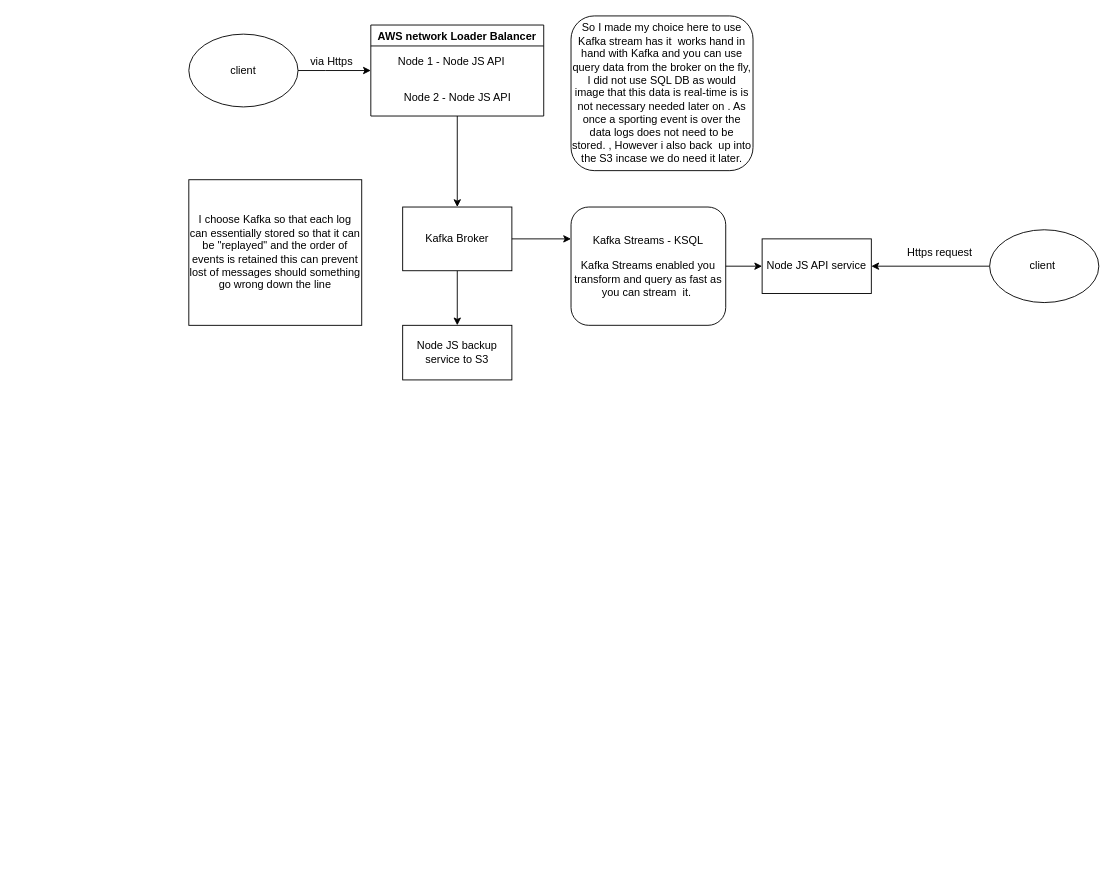
This is Untitled Diagram.drawio from sil3nt884/BetCountDown, a draw.io file, before an edit. Source tidied: cells renumbered, new cells numbered last; positions are measured from the earlier drawing's top-left corner, leaving out a move shared by most shapes. Both pictures are drawn from the tidied source at 91%, with x=0, y=0 at pixel (188, 15).
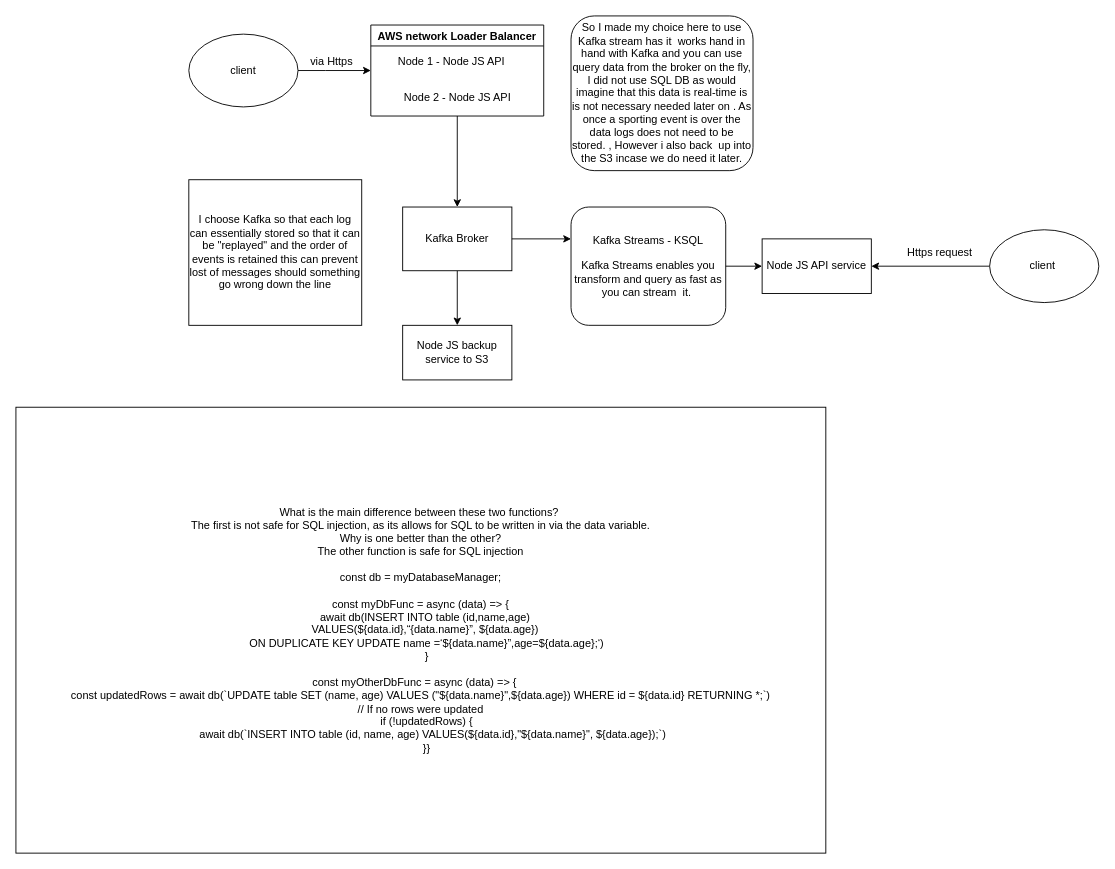
The same diagram, later.

What changed in the source:
```diff
@@
-    <mxCell id="13" value="Kafka Streams - KSQL&lt;br&gt;&lt;br&gt;Kafka Streams enabled you transform and query as fast as you can stream&amp;nbsp; it.&amp;nbsp;" style="rounded=1;whiteSpace=wrap;html=1;" parent="1" vertex="1">
+    <mxCell id="13" value="Kafka Streams - KSQL&lt;br&gt;&lt;br&gt;Kafka Streams enables you transform and query as fast as you can stream&amp;nbsp; it.&amp;nbsp;" style="rounded=1;whiteSpace=wrap;html=1;" parent="1" vertex="1">
       <mxGeometry x="420" y="210" width="170" height="130" as="geometry" />
     </mxCell>
@@
-    <mxCell id="19" value="So I made my choice here to use Kafka stream has it&amp;nbsp; works hand in hand with Kafka and you can use query data from the broker on the fly, I did not use SQL DB as would image that this data is real-time is is not necessary needed later on . As once a sporting event is over the data logs does not need to be stored. , However i also back&amp;nbsp; up into the S3 incase we do need it later." style="rounded=1;whiteSpace=wrap;html=1;" parent="1" vertex="1">
+    <mxCell id="19" value="So I made my choice here to use Kafka stream has it&amp;nbsp; works hand in hand with Kafka and you can use query data from the broker on the fly, I did not use SQL DB as would imagine&amp;nbsp;that this data is real-time is is not necessary needed later on . As once a sporting event is over the data logs does not need to be stored. , However i also back&amp;nbsp; up into the S3 incase we do need it later." style="rounded=1;whiteSpace=wrap;html=1;" parent="1" vertex="1">
       <mxGeometry x="420" width="200" height="170" as="geometry" />
     </mxCell>
@@
+    <mxCell id="21" value="&lt;div&gt;What is the main difference between these two functions?&amp;nbsp;&lt;/div&gt;&lt;div&gt;The first is not safe for SQL injection, as its allows for SQL to be written in via the data variable.&lt;/div&gt;&lt;div&gt;Why is one better than the other?&lt;/div&gt;&lt;div&gt;The other function is safe for SQL injection&lt;/div&gt;&lt;div&gt;&lt;br&gt;&lt;/div&gt;&lt;div&gt;const db = myDatabaseManager;&lt;/div&gt;&lt;div&gt;&lt;br&gt;&lt;/div&gt;&lt;div&gt;const myDbFunc = async (data) =&amp;gt; {&lt;/div&gt;&lt;div&gt;&amp;nbsp; &amp;nbsp; await db(INSERT INTO table (id,name,age)&amp;nbsp;&lt;/div&gt;&lt;div&gt;&amp;nbsp; &amp;nbsp; VALUES(${data.id},“{data.name}”, ${data.age})&amp;nbsp;&lt;/div&gt;&lt;div&gt;&amp;nbsp; &amp;nbsp; ON DUPLICATE KEY UPDATE name =‘${data.name}”,age=${data.age};‘)&lt;/div&gt;&lt;div&gt;&amp;nbsp; &amp;nbsp; }&lt;/div&gt;&lt;div&gt;&amp;nbsp; &amp;nbsp;&amp;nbsp;&lt;/div&gt;&lt;div&gt;const myOtherDbFunc = async (data) =&amp;gt; {&amp;nbsp; &amp;nbsp;&amp;nbsp;&lt;/div&gt;&lt;div&gt;&amp;nbsp; &amp;nbsp; const updatedRows = await db(`UPDATE table SET (name, age) VALUES (&quot;${data.name}&quot;,${data.age}) WHERE id = ${data.id} RETURNING *;`)&amp;nbsp; &amp;nbsp;&amp;nbsp;&lt;/div&gt;&lt;div&gt;&amp;nbsp; &amp;nbsp; // If no rows were updated&amp;nbsp; &amp;nbsp;&amp;nbsp;&lt;/div&gt;&lt;div&gt;&amp;nbsp; &amp;nbsp; if (!updatedRows) {&lt;/div&gt;&lt;div&gt;&amp;nbsp; &amp;nbsp; &amp;nbsp; &amp;nbsp; await db(`INSERT INTO table (id, name, age) VALUES(${data.id},&quot;${data.name}&quot;, ${data.age});`)&lt;/div&gt;&lt;div&gt;&amp;nbsp; &amp;nbsp; }}&lt;/div&gt;" style="rounded=0;whiteSpace=wrap;html=1;" parent="1" vertex="1">
+      <mxGeometry x="-190" y="430" width="890" height="490" as="geometry" />
+    </mxCell>
```
